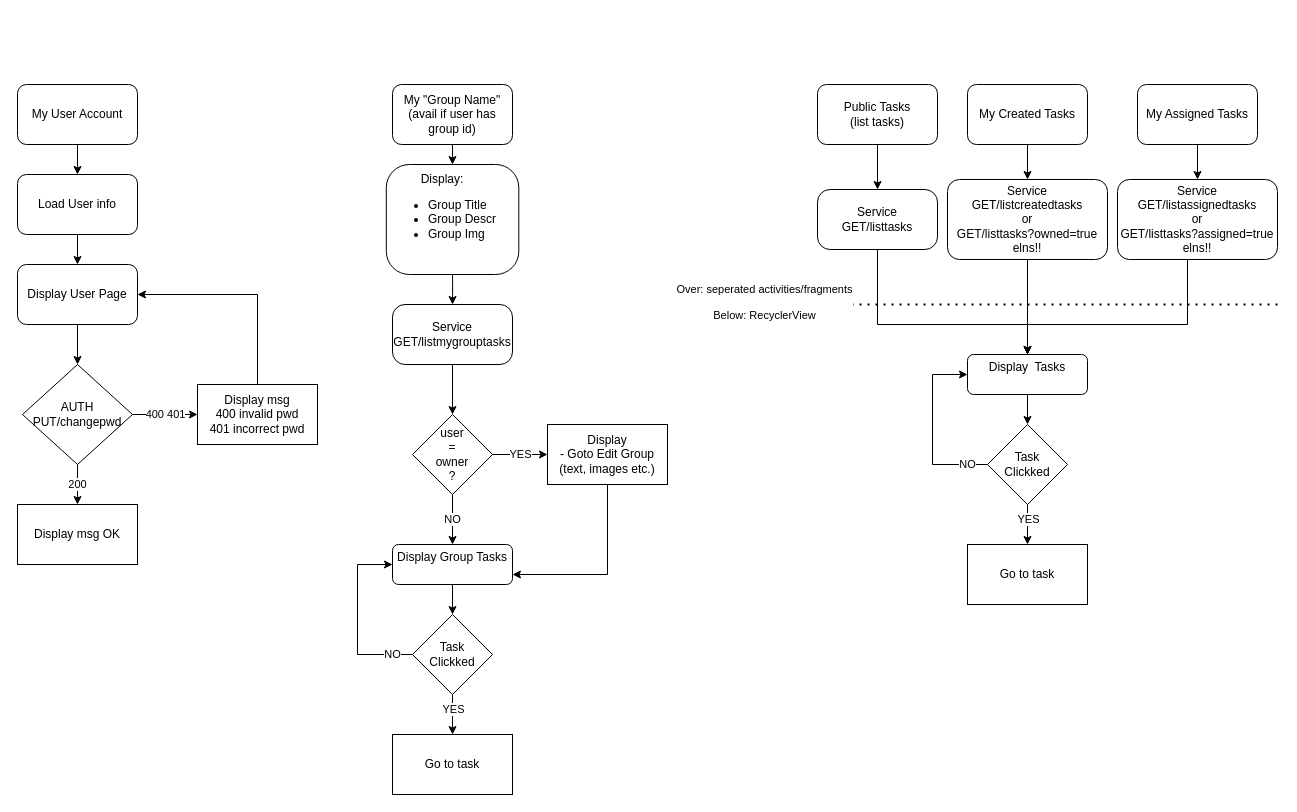
The draw.io diagram page "Menu-MyUser" (2 of 4) of docs/Untitled Diagram.drawio in mobapp20g6/frivillig-server1, before the edit. Source tidied: cells renumbered, new cells numbered last; positions are measured from the earlier drawing's top-left corner, leaving out a move shared by most shapes. Both pictures are drawn from the tidied source at 100%, with x=0, y=0 at pixel (17, 84).
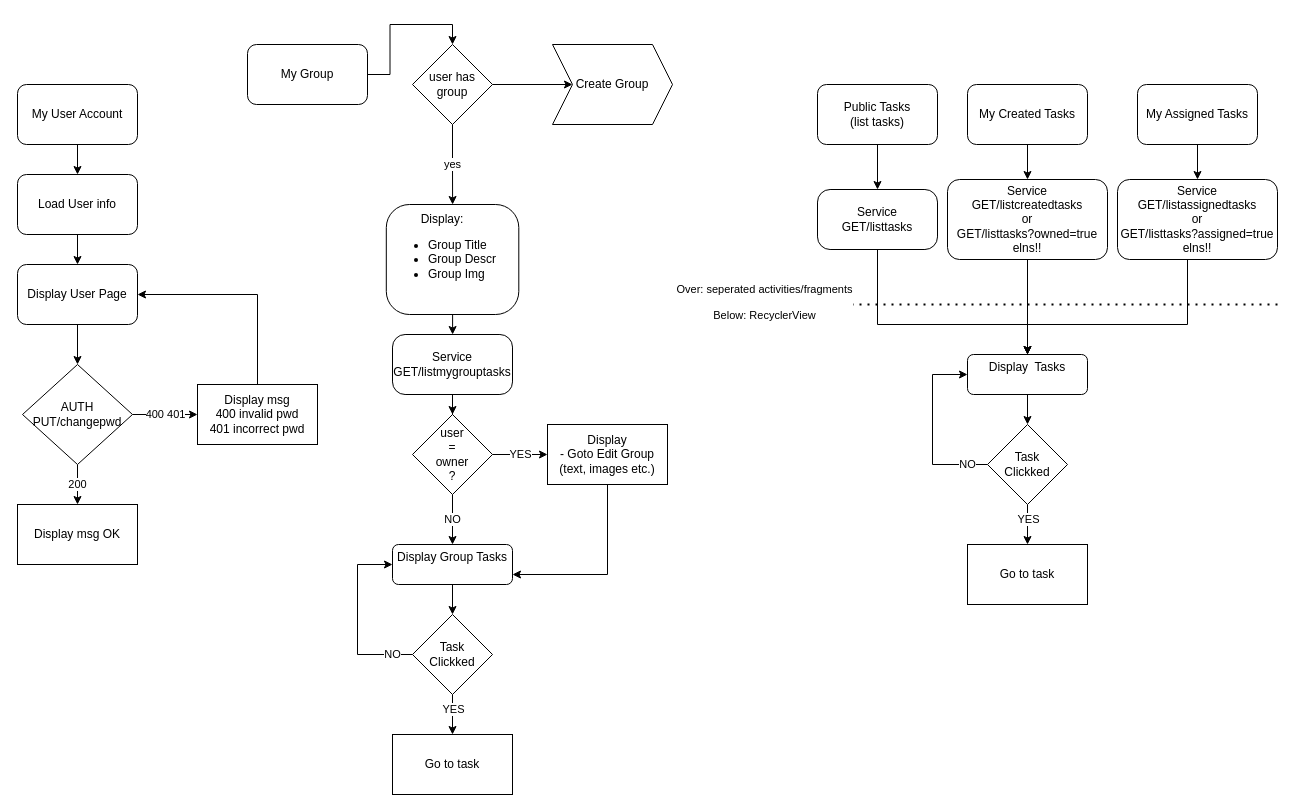
Above is the later version.

What changed in the source:
```diff
@@
-    <mxCell id="16" style="edgeStyle=orthogonalEdgeStyle;rounded=0;jettySize=auto;html=1;" parent="1" edge="1" source="17" target="24">
-      <mxGeometry relative="1" as="geometry" />
-    </mxCell>
+    <mxCell id="53" style="edgeStyle=orthogonalEdgeStyle;rounded=0;jettySize=auto;html=1;entryX=0.5;entryY=0;entryDx=0;entryDy=0;" parent="1" edge="1" source="17" target="56">
+      <mxGeometry relative="1" as="geometry" />
+    </mxCell>
-    <mxCell id="17" value="&lt;div&gt;My &quot;Group Name&quot;&lt;/div&gt;&lt;div&gt;(avail if user has group id)&lt;br&gt;&lt;/div&gt;" style="rounded=1;whiteSpace=wrap;html=1;strokeWidth=1;" parent="1" vertex="1">
-      <mxGeometry x="375" width="120" height="60" as="geometry" />
+    <mxCell id="17" value="My Group" style="rounded=1;whiteSpace=wrap;html=1;strokeWidth=1;" parent="1" vertex="1">
+      <mxGeometry x="230" y="-40" width="120" height="60" as="geometry" />
     </mxCell>
@@
     <mxCell id="24" value="&lt;div align=&quot;center&quot;&gt;Display:&lt;/div&gt;&lt;div align=&quot;left&quot;&gt;&lt;ul&gt;&lt;li&gt;Group Title&lt;/li&gt;&lt;li&gt;Group Descr&lt;/li&gt;&lt;li&gt;Group Img&lt;/li&gt;&lt;/ul&gt;&lt;/div&gt;&lt;div align=&quot;left&quot;&gt;&lt;br&gt;&lt;/div&gt;" style="rounded=1;whiteSpace=wrap;html=1;strokeWidth=1;align=left;arcSize=21;" parent="1" vertex="1">
-      <mxGeometry x="368.8" y="80" width="132.5" height="110" as="geometry" />
+      <mxGeometry x="368.8" y="120" width="132.5" height="110" as="geometry" />
     </mxCell>
@@
     <mxCell id="26" value="&lt;div align=&quot;center&quot;&gt;Service&lt;/div&gt;&lt;div align=&quot;center&quot;&gt;GET/listmygrouptasks&lt;br&gt;&lt;/div&gt;" style="whiteSpace=wrap;html=1;rounded=1;align=center;strokeWidth=1;arcSize=21;" parent="1" vertex="1">
-      <mxGeometry x="375" y="220" width="120" height="60" as="geometry" />
+      <mxGeometry x="375" y="250" width="120" height="60" as="geometry" />
     </mxCell>
@@
+    <mxCell id="54" value="yes" style="edgeStyle=orthogonalEdgeStyle;rounded=0;jettySize=auto;html=1;" parent="1" edge="1" source="56" target="24">
+      <mxGeometry relative="1" as="geometry" />
+    </mxCell>
+    <mxCell id="55" style="edgeStyle=orthogonalEdgeStyle;rounded=0;jettySize=auto;html=1;" parent="1" edge="1" source="56" target="57">
+      <mxGeometry relative="1" as="geometry" />
+    </mxCell>
+    <mxCell id="56" value="user has&lt;br&gt;group" style="rhombus;whiteSpace=wrap;html=1;" parent="1" vertex="1">
+      <mxGeometry x="395" y="-40" width="80" height="80" as="geometry" />
+    </mxCell>
+    <mxCell id="57" value="Create Group" style="shape=step;perimeter=stepPerimeter;whiteSpace=wrap;html=1;fixedSize=1;" parent="1" vertex="1">
+      <mxGeometry x="535" y="-40" width="120" height="80" as="geometry" />
+    </mxCell>
```
